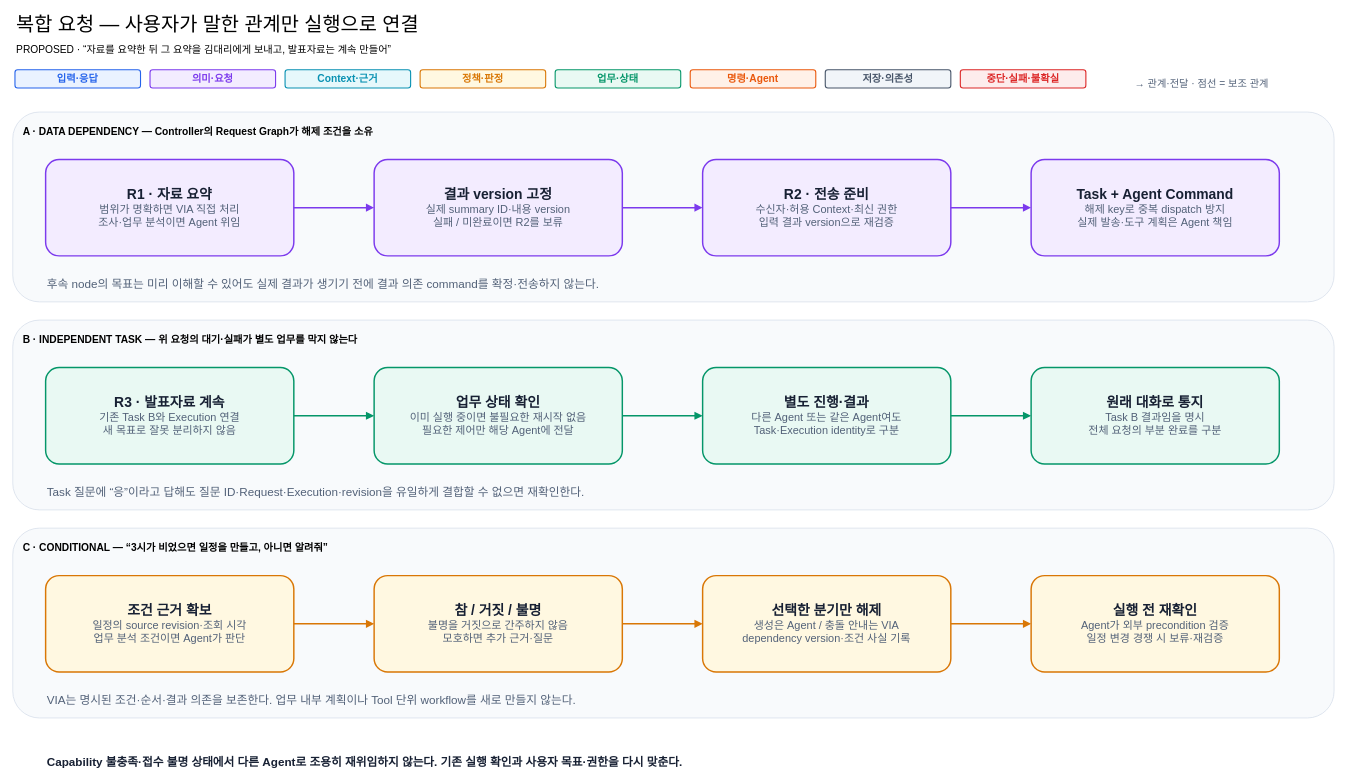
This is docs/architecture/12-decisions/target-architecture/diagrams/09-compound-and-task-routing.drawio from cbyche/via-sw-architecture, a draw.io file, before an edit. Source tidied: cells renumbered, new cells numbered last; positions are measured from the earlier drawing's top-left corner, leaving out a move shared by most shapes. Both pictures are drawn from the tidied source at 73%, with x=0, y=0 at pixel (12, 13).
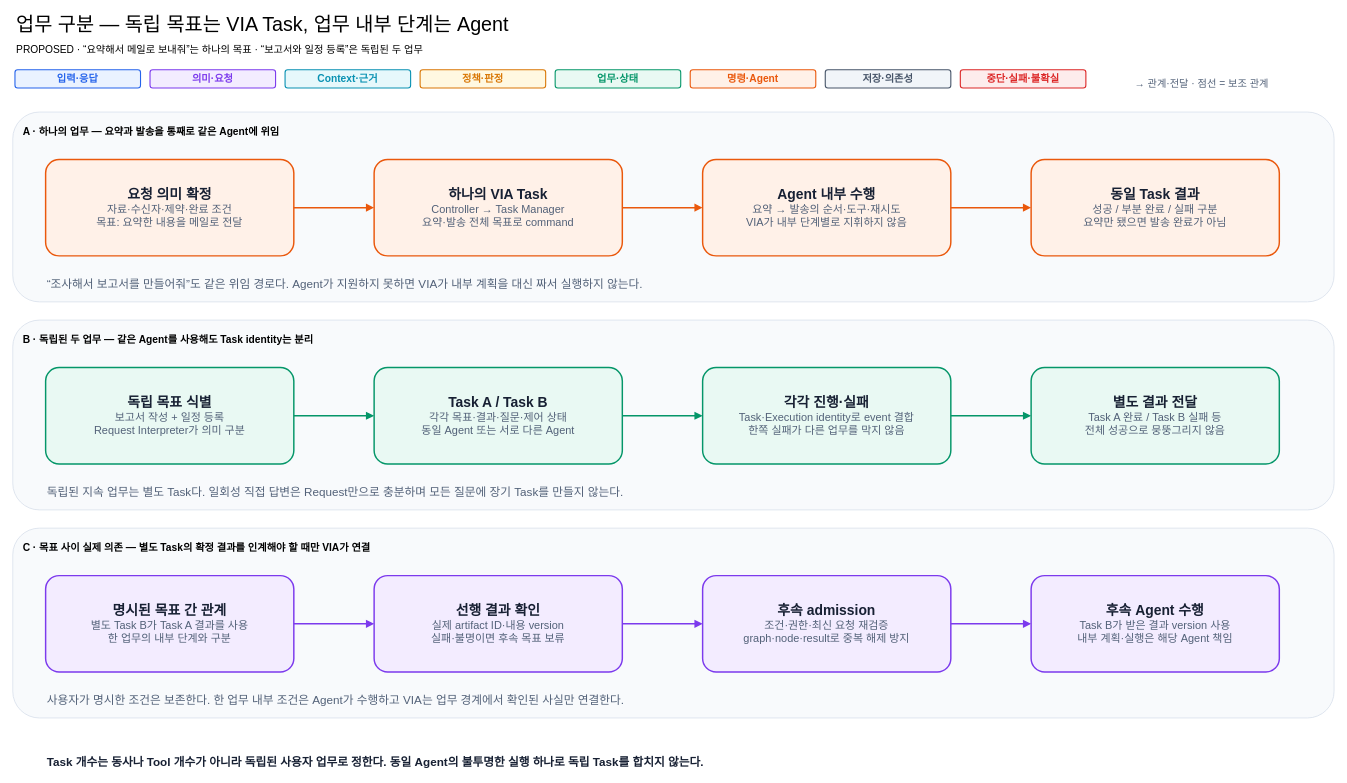
Above is the later version.

The edit, as a diff of the source:
```diff
@@
-    <mxCell id="2" value="A · DATA DEPENDENCY — Controller의 Request Graph가 해제 조건을 소유" style="rounded=1;whiteSpace=wrap;html=1;verticalAlign=top;align=left;spacingTop=12;spacingLeft=12;fontStyle=1;fontSize=14;fillColor=#F8FAFC;strokeColor=#D5DDE9;dashed=0;arcSize=14;" parent="1" vertex="1">
-      <mxGeometry y="135" width="1810" height="260" as="geometry" />
-    </mxCell>
+    <mxCell id="41" value="A · 하나의 업무 — 요약과 발송을 통째로 같은 Agent에 위임" style="rounded=1;whiteSpace=wrap;html=1;verticalAlign=top;align=left;spacingTop=12;spacingLeft=12;fontStyle=1;fontSize=14;fillColor=#F8FAFC;strokeColor=#D5DDE9;dashed=0;arcSize=14;" parent="1" vertex="1">
+      <mxGeometry y="135" width="1810" height="260" as="geometry" />
+    </mxCell>
-    <mxCell id="3" value="B · INDEPENDENT TASK — 위 요청의 대기·실패가 별도 업무를 막지 않는다" style="rounded=1;whiteSpace=wrap;html=1;verticalAlign=top;align=left;spacingTop=12;spacingLeft=12;fontStyle=1;fontSize=14;fillColor=#F8FAFC;strokeColor=#D5DDE9;dashed=0;arcSize=14;" parent="1" vertex="1">
+    <mxCell id="3" value="B · 독립된 두 업무 — 같은 Agent를 사용해도 Task identity는 분리" style="rounded=1;whiteSpace=wrap;html=1;verticalAlign=top;align=left;spacingTop=12;spacingLeft=12;fontStyle=1;fontSize=14;fillColor=#F8FAFC;strokeColor=#D5DDE9;dashed=0;arcSize=14;" parent="1" vertex="1">
       <mxGeometry y="420" width="1810" height="260" as="geometry" />
     </mxCell>
-    <mxCell id="4" value="C · CONDITIONAL — “3시가 비었으면 일정을 만들고, 아니면 알려줘”" style="rounded=1;whiteSpace=wrap;html=1;verticalAlign=top;align=left;spacingTop=12;spacingLeft=12;fontStyle=1;fontSize=14;fillColor=#F8FAFC;strokeColor=#D5DDE9;dashed=0;arcSize=14;" parent="1" vertex="1">
-      <mxGeometry y="705" width="1810" height="260" as="geometry" />
-    </mxCell>
-    <mxCell id="5" value="&lt;div style='font-size:19px;font-weight:bold'&gt;R1 · 자료 요약&lt;/div&gt;&lt;div style='font-size:15px;color:#526178'&gt;범위가 명확하면 VIA 직접 처리&lt;/div&gt;&lt;div style='font-size:15px;color:#526178'&gt;조사·업무 분석이면 Agent 위임&lt;/div&gt;" style="shape=rectangle;rounded=1;whiteSpace=wrap;html=1;fillColor=#F3ECFF;strokeColor=#7C3AED;strokeWidth=2;fontColor=#172033;dashed=0;arcSize=14;spacing=10;" parent="1" vertex="1">
-      <mxGeometry x="45" y="200" width="340" height="132" as="geometry" />
-    </mxCell>
-    <mxCell id="6" value="&lt;div style='font-size:19px;font-weight:bold'&gt;결과 version 고정&lt;/div&gt;&lt;div style='font-size:15px;color:#526178'&gt;실제 summary ID·내용 version&lt;/div&gt;&lt;div style='font-size:15px;color:#526178'&gt;실패 / 미완료이면 R2를 보류&lt;/div&gt;" style="shape=rectangle;rounded=1;whiteSpace=wrap;html=1;fillColor=#F3ECFF;strokeColor=#7C3AED;strokeWidth=2;fontColor=#172033;dashed=0;arcSize=14;spacing=10;" parent="1" vertex="1">
-      <mxGeometry x="495" y="200" width="340" height="132" as="geometry" />
-    </mxCell>
-    <mxCell id="7" value="&lt;div style='font-size:19px;font-weight:bold'&gt;R2 · 전송 준비&lt;/div&gt;&lt;div style='font-size:15px;color:#526178'&gt;수신자·허용 Context·최신 권한&lt;/div&gt;&lt;div style='font-size:15px;color:#526178'&gt;입력 결과 version으로 재검증&lt;/div&gt;" style="shape=rectangle;rounded=1;whiteSpace=wrap;html=1;fillColor=#F3ECFF;strokeColor=#7C3AED;strokeWidth=2;fontColor=#172033;dashed=0;arcSize=14;spacing=10;" parent="1" vertex="1">
-      <mxGeometry x="945" y="200" width="340" height="132" as="geometry" />
-    </mxCell>
-    <mxCell id="8" value="&lt;div style='font-size:19px;font-weight:bold'&gt;Task + Agent Command&lt;/div&gt;&lt;div style='font-size:15px;color:#526178'&gt;해제 key로 중복 dispatch 방지&lt;/div&gt;&lt;div style='font-size:15px;color:#526178'&gt;실제 발송·도구 계획은 Agent 책임&lt;/div&gt;" style="shape=rectangle;rounded=1;whiteSpace=wrap;html=1;fillColor=#F3ECFF;strokeColor=#7C3AED;strokeWidth=2;fontColor=#172033;dashed=0;arcSize=14;spacing=10;" parent="1" vertex="1">
-      <mxGeometry x="1395" y="200" width="340" height="132" as="geometry" />
-    </mxCell>
+    <mxCell id="42" value="C · 목표 사이 실제 의존 — 별도 Task의 확정 결과를 인계해야 할 때만 VIA가 연결" style="rounded=1;whiteSpace=wrap;html=1;verticalAlign=top;align=left;spacingTop=12;spacingLeft=12;fontStyle=1;fontSize=14;fillColor=#F8FAFC;strokeColor=#D5DDE9;dashed=0;arcSize=14;" parent="1" vertex="1">
+      <mxGeometry y="705" width="1810" height="260" as="geometry" />
+    </mxCell>
+    <mxCell id="43" value="&lt;div style='font-size:19px;font-weight:bold'&gt;요청 의미 확정&lt;/div&gt;&lt;div style='font-size:15px;color:#526178'&gt;자료·수신자·제약·완료 조건&lt;/div&gt;&lt;div style='font-size:15px;color:#526178'&gt;목표: 요약한 내용을 메일로 전달&lt;/div&gt;" style="shape=rectangle;rounded=1;whiteSpace=wrap;html=1;fillColor=#FFF1E8;strokeColor=#EA580C;strokeWidth=2;fontColor=#172033;dashed=0;arcSize=14;spacing=10;" parent="1" vertex="1">
+      <mxGeometry x="45" y="200" width="340" height="132" as="geometry" />
+    </mxCell>
+    <mxCell id="44" value="&lt;div style='font-size:19px;font-weight:bold'&gt;하나의 VIA Task&lt;/div&gt;&lt;div style='font-size:15px;color:#526178'&gt;Controller → Task Manager&lt;/div&gt;&lt;div style='font-size:15px;color:#526178'&gt;요약·발송 전체 목표로 command&lt;/div&gt;" style="shape=rectangle;rounded=1;whiteSpace=wrap;html=1;fillColor=#FFF1E8;strokeColor=#EA580C;strokeWidth=2;fontColor=#172033;dashed=0;arcSize=14;spacing=10;" parent="1" vertex="1">
+      <mxGeometry x="495" y="200" width="340" height="132" as="geometry" />
+    </mxCell>
+    <mxCell id="45" value="&lt;div style='font-size:19px;font-weight:bold'&gt;Agent 내부 수행&lt;/div&gt;&lt;div style='font-size:15px;color:#526178'&gt;요약 → 발송의 순서·도구·재시도&lt;/div&gt;&lt;div style='font-size:15px;color:#526178'&gt;VIA가 내부 단계별로 지휘하지 않음&lt;/div&gt;" style="shape=rectangle;rounded=1;whiteSpace=wrap;html=1;fillColor=#FFF1E8;strokeColor=#EA580C;strokeWidth=2;fontColor=#172033;dashed=0;arcSize=14;spacing=10;" parent="1" vertex="1">
+      <mxGeometry x="945" y="200" width="340" height="132" as="geometry" />
+    </mxCell>
+    <mxCell id="46" value="&lt;div style='font-size:19px;font-weight:bold'&gt;동일 Task 결과&lt;/div&gt;&lt;div style='font-size:15px;color:#526178'&gt;성공 / 부분 완료 / 실패 구분&lt;/div&gt;&lt;div style='font-size:15px;color:#526178'&gt;요약만 됐으면 발송 완료가 아님&lt;/div&gt;" style="shape=rectangle;rounded=1;whiteSpace=wrap;html=1;fillColor=#FFF1E8;strokeColor=#EA580C;strokeWidth=2;fontColor=#172033;dashed=0;arcSize=14;spacing=10;" parent="1" vertex="1">
+      <mxGeometry x="1395" y="200" width="340" height="132" as="geometry" />
+    </mxCell>
-    <mxCell id="9" value="&lt;div style='font-size:19px;font-weight:bold'&gt;R3 · 발표자료 계속&lt;/div&gt;&lt;div style='font-size:15px;color:#526178'&gt;기존 Task B와 Execution 연결&lt;/div&gt;&lt;div style='font-size:15px;color:#526178'&gt;새 목표로 잘못 분리하지 않음&lt;/div&gt;" style="shape=rectangle;rounded=1;whiteSpace=wrap;html=1;fillColor=#E9F9F3;strokeColor=#059669;strokeWidth=2;fontColor=#172033;dashed=0;arcSize=14;spacing=10;" parent="1" vertex="1">
+    <mxCell id="9" value="&lt;div style='font-size:19px;font-weight:bold'&gt;독립 목표 식별&lt;/div&gt;&lt;div style='font-size:15px;color:#526178'&gt;보고서 작성 + 일정 등록&lt;/div&gt;&lt;div style='font-size:15px;color:#526178'&gt;Request Interpreter가 의미 구분&lt;/div&gt;" style="shape=rectangle;rounded=1;whiteSpace=wrap;html=1;fillColor=#E9F9F3;strokeColor=#059669;strokeWidth=2;fontColor=#172033;dashed=0;arcSize=14;spacing=10;" parent="1" vertex="1">
       <mxGeometry x="45" y="485" width="340" height="132" as="geometry" />
     </mxCell>
-    <mxCell id="10" value="&lt;div style='font-size:19px;font-weight:bold'&gt;업무 상태 확인&lt;/div&gt;&lt;div style='font-size:15px;color:#526178'&gt;이미 실행 중이면 불필요한 재시작 없음&lt;/div&gt;&lt;div style='font-size:15px;color:#526178'&gt;필요한 제어만 해당 Agent에 전달&lt;/div&gt;" style="shape=rectangle;rounded=1;whiteSpace=wrap;html=1;fillColor=#E9F9F3;strokeColor=#059669;strokeWidth=2;fontColor=#172033;dashed=0;arcSize=14;spacing=10;" parent="1" vertex="1">
+    <mxCell id="10" value="&lt;div style='font-size:19px;font-weight:bold'&gt;Task A / Task B&lt;/div&gt;&lt;div style='font-size:15px;color:#526178'&gt;각각 목표·결과·질문·제어 상태&lt;/div&gt;&lt;div style='font-size:15px;color:#526178'&gt;동일 Agent 또는 서로 다른 Agent&lt;/div&gt;" style="shape=rectangle;rounded=1;whiteSpace=wrap;html=1;fillColor=#E9F9F3;strokeColor=#059669;strokeWidth=2;fontColor=#172033;dashed=0;arcSize=14;spacing=10;" parent="1" vertex="1">
       <mxGeometry x="495" y="485" width="340" height="132" as="geometry" />
     </mxCell>
-    <mxCell id="11" value="&lt;div style='font-size:19px;font-weight:bold'&gt;별도 진행·결과&lt;/div&gt;&lt;div style='font-size:15px;color:#526178'&gt;다른 Agent 또는 같은 Agent여도&lt;/div&gt;&lt;div style='font-size:15px;color:#526178'&gt;Task·Execution identity로 구분&lt;/div&gt;" style="shape=rectangle;rounded=1;whiteSpace=wrap;html=1;fillColor=#E9F9F3;strokeColor=#059669;strokeWidth=2;fontColor=#172033;dashed=0;arcSize=14;spacing=10;" parent="1" vertex="1">
+    <mxCell id="11" value="&lt;div style='font-size:19px;font-weight:bold'&gt;각각 진행·실패&lt;/div&gt;&lt;div style='font-size:15px;color:#526178'&gt;Task·Execution identity로 event 결합&lt;/div&gt;&lt;div style='font-size:15px;color:#526178'&gt;한쪽 실패가 다른 업무를 막지 않음&lt;/div&gt;" style="shape=rectangle;rounded=1;whiteSpace=wrap;html=1;fillColor=#E9F9F3;strokeColor=#059669;strokeWidth=2;fontColor=#172033;dashed=0;arcSize=14;spacing=10;" parent="1" vertex="1">
       <mxGeometry x="945" y="485" width="340" height="132" as="geometry" />
     </mxCell>
-    <mxCell id="12" value="&lt;div style='font-size:19px;font-weight:bold'&gt;원래 대화로 통지&lt;/div&gt;&lt;div style='font-size:15px;color:#526178'&gt;Task B 결과임을 명시&lt;/div&gt;&lt;div style='font-size:15px;color:#526178'&gt;전체 요청의 부분 완료를 구분&lt;/div&gt;" style="shape=rectangle;rounded=1;whiteSpace=wrap;html=1;fillColor=#E9F9F3;strokeColor=#059669;strokeWidth=2;fontColor=#172033;dashed=0;arcSize=14;spacing=10;" parent="1" vertex="1">
+    <mxCell id="12" value="&lt;div style='font-size:19px;font-weight:bold'&gt;별도 결과 전달&lt;/div&gt;&lt;div style='font-size:15px;color:#526178'&gt;Task A 완료 / Task B 실패 등&lt;/div&gt;&lt;div style='font-size:15px;color:#526178'&gt;전체 성공으로 뭉뚱그리지 않음&lt;/div&gt;" style="shape=rectangle;rounded=1;whiteSpace=wrap;html=1;fillColor=#E9F9F3;strokeColor=#059669;strokeWidth=2;fontColor=#172033;dashed=0;arcSize=14;spacing=10;" parent="1" vertex="1">
       <mxGeometry x="1395" y="485" width="340" height="132" as="geometry" />
     </mxCell>
-    <mxCell id="13" value="&lt;div style='font-size:19px;font-weight:bold'&gt;조건 근거 확보&lt;/div&gt;&lt;div style='font-size:15px;color:#526178'&gt;일정의 source revision·조회 시각&lt;/div&gt;&lt;div style='font-size:15px;color:#526178'&gt;업무 분석 조건이면 Agent가 판단&lt;/div&gt;" style="shape=rectangle;rounded=1;whiteSpace=wrap;html=1;fillColor=#FFF8E1;strokeColor=#D97706;strokeWidth=2;fontColor=#172033;dashed=0;arcSize=14;spacing=10;" parent="1" vertex="1">
-      <mxGeometry x="45" y="770" width="340" height="132" as="geometry" />
-    </mxCell>
-    <mxCell id="14" value="&lt;div style='font-size:19px;font-weight:bold'&gt;참 / 거짓 / 불명&lt;/div&gt;&lt;div style='font-size:15px;color:#526178'&gt;불명을 거짓으로 간주하지 않음&lt;/div&gt;&lt;div style='font-size:15px;color:#526178'&gt;모호하면 추가 근거·질문&lt;/div&gt;" style="shape=rectangle;rounded=1;whiteSpace=wrap;html=1;fillColor=#FFF8E1;strokeColor=#D97706;strokeWidth=2;fontColor=#172033;dashed=0;arcSize=14;spacing=10;" parent="1" vertex="1">
-      <mxGeometry x="495" y="770" width="340" height="132" as="geometry" />
-    </mxCell>
-    <mxCell id="15" value="&lt;div style='font-size:19px;font-weight:bold'&gt;선택한 분기만 해제&lt;/div&gt;&lt;div style='font-size:15px;color:#526178'&gt;생성은 Agent / 충돌 안내는 VIA&lt;/div&gt;&lt;div style='font-size:15px;color:#526178'&gt;dependency version·조건 사실 기록&lt;/div&gt;" style="shape=rectangle;rounded=1;whiteSpace=wrap;html=1;fillColor=#FFF8E1;strokeColor=#D97706;strokeWidth=2;fontColor=#172033;dashed=0;arcSize=14;spacing=10;" parent="1" vertex="1">
-      <mxGeometry x="945" y="770" width="340" height="132" as="geometry" />
-    </mxCell>
-    <mxCell id="16" value="&lt;div style='font-size:19px;font-weight:bold'&gt;실행 전 재확인&lt;/div&gt;&lt;div style='font-size:15px;color:#526178'&gt;Agent가 외부 precondition 검증&lt;/div&gt;&lt;div style='font-size:15px;color:#526178'&gt;일정 변경 경쟁 시 보류·재검증&lt;/div&gt;" style="shape=rectangle;rounded=1;whiteSpace=wrap;html=1;fillColor=#FFF8E1;strokeColor=#D97706;strokeWidth=2;fontColor=#172033;dashed=0;arcSize=14;spacing=10;" parent="1" vertex="1">
-      <mxGeometry x="1395" y="770" width="340" height="132" as="geometry" />
-    </mxCell>
-    <mxCell id="17" style="edgeStyle=none;rounded=1;jettySize=auto;html=1;strokeColor=#7C3AED;strokeWidth=2;dashed=0;startArrow=none;startFill=1;endArrow=block;endFill=1;exitX=1.000;exitY=0.500;entryX=0.000;entryY=0.500;exitPerimeter=0;entryPerimeter=0;fontSize=11;labelBackgroundColor=#FFFFFF;" parent="1" edge="1" source="5" target="6">
-      <mxGeometry relative="1" as="geometry" />
-    </mxCell>
-    <mxCell id="18" style="edgeStyle=none;rounded=1;jettySize=auto;html=1;strokeColor=#7C3AED;strokeWidth=2;dashed=0;startArrow=none;startFill=1;endArrow=block;endFill=1;exitX=1.000;exitY=0.500;entryX=0.000;entryY=0.500;exitPerimeter=0;entryPerimeter=0;fontSize=11;labelBackgroundColor=#FFFFFF;" parent="1" edge="1" source="6" target="7">
-      <mxGeometry relative="1" as="geometry" />
-    </mxCell>
-    <mxCell id="19" style="edgeStyle=none;rounded=1;jettySize=auto;html=1;strokeColor=#7C3AED;strokeWidth=2;dashed=0;startArrow=none;startFill=1;endArrow=block;endFill=1;exitX=1.000;exitY=0.500;entryX=0.000;entryY=0.500;exitPerimeter=0;entryPerimeter=0;fontSize=11;labelBackgroundColor=#FFFFFF;" parent="1" edge="1" source="7" target="8">
-      <mxGeometry relative="1" as="geometry" />
-    </mxCell>
+    <mxCell id="47" value="&lt;div style='font-size:19px;font-weight:bold'&gt;명시된 목표 간 관계&lt;/div&gt;&lt;div style='font-size:15px;color:#526178'&gt;별도 Task B가 Task A 결과를 사용&lt;/div&gt;&lt;div style='font-size:15px;color:#526178'&gt;한 업무의 내부 단계와 구분&lt;/div&gt;" style="shape=rectangle;rounded=1;whiteSpace=wrap;html=1;fillColor=#F3ECFF;strokeColor=#7C3AED;strokeWidth=2;fontColor=#172033;dashed=0;arcSize=14;spacing=10;" parent="1" vertex="1">
+      <mxGeometry x="45" y="770" width="340" height="132" as="geometry" />
+    </mxCell>
+    <mxCell id="48" value="&lt;div style='font-size:19px;font-weight:bold'&gt;선행 결과 확인&lt;/div&gt;&lt;div style='font-size:15px;color:#526178'&gt;실제 artifact ID·내용 version&lt;/div&gt;&lt;div style='font-size:15px;color:#526178'&gt;실패·불명이면 후속 목표 보류&lt;/div&gt;" style="shape=rectangle;rounded=1;whiteSpace=wrap;html=1;fillColor=#F3ECFF;strokeColor=#7C3AED;strokeWidth=2;fontColor=#172033;dashed=0;arcSize=14;spacing=10;" parent="1" vertex="1">
+      <mxGeometry x="495" y="770" width="340" height="132" as="geometry" />
+    </mxCell>
+    <mxCell id="49" value="&lt;div style='font-size:19px;font-weight:bold'&gt;후속 admission&lt;/div&gt;&lt;div style='font-size:15px;color:#526178'&gt;조건·권한·최신 요청 재검증&lt;/div&gt;&lt;div style='font-size:15px;color:#526178'&gt;graph·node·result로 중복 해제 방지&lt;/div&gt;" style="shape=rectangle;rounded=1;whiteSpace=wrap;html=1;fillColor=#F3ECFF;strokeColor=#7C3AED;strokeWidth=2;fontColor=#172033;dashed=0;arcSize=14;spacing=10;" parent="1" vertex="1">
+      <mxGeometry x="945" y="770" width="340" height="132" as="geometry" />
+    </mxCell>
+    <mxCell id="50" value="&lt;div style='font-size:19px;font-weight:bold'&gt;후속 Agent 수행&lt;/div&gt;&lt;div style='font-size:15px;color:#526178'&gt;Task B가 받은 결과 version 사용&lt;/div&gt;&lt;div style='font-size:15px;color:#526178'&gt;내부 계획·실행은 해당 Agent 책임&lt;/div&gt;" style="shape=rectangle;rounded=1;whiteSpace=wrap;html=1;fillColor=#F3ECFF;strokeColor=#7C3AED;strokeWidth=2;fontColor=#172033;dashed=0;arcSize=14;spacing=10;" parent="1" vertex="1">
+      <mxGeometry x="1395" y="770" width="340" height="132" as="geometry" />
+    </mxCell>
+    <mxCell id="51" style="edgeStyle=none;rounded=1;jettySize=auto;html=1;strokeColor=#EA580C;strokeWidth=2;dashed=0;startArrow=none;startFill=1;endArrow=block;endFill=1;exitX=1.000;exitY=0.500;entryX=0.000;entryY=0.500;exitPerimeter=0;entryPerimeter=0;fontSize=11;labelBackgroundColor=#FFFFFF;" parent="1" edge="1" source="43" target="44">
+      <mxGeometry relative="1" as="geometry" />
+    </mxCell>
+    <mxCell id="52" style="edgeStyle=none;rounded=1;jettySize=auto;html=1;strokeColor=#EA580C;strokeWidth=2;dashed=0;startArrow=none;startFill=1;endArrow=block;endFill=1;exitX=1.000;exitY=0.500;entryX=0.000;entryY=0.500;exitPerimeter=0;entryPerimeter=0;fontSize=11;labelBackgroundColor=#FFFFFF;" parent="1" edge="1" source="44" target="45">
+      <mxGeometry relative="1" as="geometry" />
+    </mxCell>
+    <mxCell id="53" style="edgeStyle=none;rounded=1;jettySize=auto;html=1;strokeColor=#EA580C;strokeWidth=2;dashed=0;startArrow=none;startFill=1;endArrow=block;endFill=1;exitX=1.000;exitY=0.500;entryX=0.000;entryY=0.500;exitPerimeter=0;entryPerimeter=0;fontSize=11;labelBackgroundColor=#FFFFFF;" parent="1" edge="1" source="45" target="46">
+      <mxGeometry relative="1" as="geometry" />
+    </mxCell>
@@
-    <mxCell id="23" style="edgeStyle=none;rounded=1;jettySize=auto;html=1;strokeColor=#D97706;strokeWidth=2;dashed=0;startArrow=none;startFill=1;endArrow=block;endFill=1;exitX=1.000;exitY=0.500;entryX=0.000;entryY=0.500;exitPerimeter=0;entryPerimeter=0;fontSize=11;labelBackgroundColor=#FFFFFF;" parent="1" edge="1" source="13" target="14">
-      <mxGeometry relative="1" as="geometry" />
-    </mxCell>
-    <mxCell id="24" style="edgeStyle=none;rounded=1;jettySize=auto;html=1;strokeColor=#D97706;strokeWidth=2;dashed=0;startArrow=none;startFill=1;endArrow=block;endFill=1;exitX=1.000;exitY=0.500;entryX=0.000;entryY=0.500;exitPerimeter=0;entryPerimeter=0;fontSize=11;labelBackgroundColor=#FFFFFF;" parent="1" edge="1" source="14" target="15">
-      <mxGeometry relative="1" as="geometry" />
-    </mxCell>
-    <mxCell id="25" style="edgeStyle=none;rounded=1;jettySize=auto;html=1;strokeColor=#D97706;strokeWidth=2;dashed=0;startArrow=none;startFill=1;endArrow=block;endFill=1;exitX=1.000;exitY=0.500;entryX=0.000;entryY=0.500;exitPerimeter=0;entryPerimeter=0;fontSize=11;labelBackgroundColor=#FFFFFF;" parent="1" edge="1" source="15" target="16">
-      <mxGeometry relative="1" as="geometry" />
-    </mxCell>
+    <mxCell id="54" style="edgeStyle=none;rounded=1;jettySize=auto;html=1;strokeColor=#7C3AED;strokeWidth=2;dashed=0;startArrow=none;startFill=1;endArrow=block;endFill=1;exitX=1.000;exitY=0.500;entryX=0.000;entryY=0.500;exitPerimeter=0;entryPerimeter=0;fontSize=11;labelBackgroundColor=#FFFFFF;" parent="1" edge="1" source="47" target="48">
+      <mxGeometry relative="1" as="geometry" />
+    </mxCell>
+    <mxCell id="55" style="edgeStyle=none;rounded=1;jettySize=auto;html=1;strokeColor=#7C3AED;strokeWidth=2;dashed=0;startArrow=none;startFill=1;endArrow=block;endFill=1;exitX=1.000;exitY=0.500;entryX=0.000;entryY=0.500;exitPerimeter=0;entryPerimeter=0;fontSize=11;labelBackgroundColor=#FFFFFF;" parent="1" edge="1" source="48" target="49">
+      <mxGeometry relative="1" as="geometry" />
+    </mxCell>
+    <mxCell id="56" style="edgeStyle=none;rounded=1;jettySize=auto;html=1;strokeColor=#7C3AED;strokeWidth=2;dashed=0;startArrow=none;startFill=1;endArrow=block;endFill=1;exitX=1.000;exitY=0.500;entryX=0.000;entryY=0.500;exitPerimeter=0;entryPerimeter=0;fontSize=11;labelBackgroundColor=#FFFFFF;" parent="1" edge="1" source="49" target="50">
+      <mxGeometry relative="1" as="geometry" />
+    </mxCell>
@@
-    <mxCell id="27" value="후속 node의 목표는 미리 이해할 수 있어도 실제 결과가 생기기 전에 결과 의존 command를 확정·전송하지 않는다." style="text;html=1;strokeColor=none;fillColor=none;align=left;fontSize=16;fontColor=#526178;fontStyle=0;" parent="1" vertex="1">
-      <mxGeometry x="45" y="354" width="910" height="28" as="geometry" />
+    <mxCell id="27" value="“조사해서 보고서를 만들어줘”도 같은 위임 경로다. Agent가 지원하지 못하면 VIA가 내부 계획을 대신 짜서 실행하지 않는다." style="text;html=1;strokeColor=none;fillColor=none;align=left;fontSize=16;fontColor=#526178;fontStyle=0;" parent="1" vertex="1">
+      <mxGeometry x="45" y="354" width="1008" height="28" as="geometry" />
     </mxCell>
-    <mxCell id="28" value="Task 질문에 “응”이라고 답해도 질문 ID·Request·Execution·revision을 유일하게 결합할 수 없으면 재확인한다." style="text;html=1;strokeColor=none;fillColor=none;align=left;fontSize=16;fontColor=#526178;fontStyle=0;" parent="1" vertex="1">
-      <mxGeometry x="45" y="639" width="940" height="28" as="geometry" />
+    <mxCell id="28" value="독립된 지속 업무는 별도 Task다. 일회성 직접 답변은 Request만으로 충분하며 모든 질문에 장기 Task를 만들지 않는다." style="text;html=1;strokeColor=none;fillColor=none;align=left;fontSize=16;fontColor=#526178;fontStyle=0;" parent="1" vertex="1">
+      <mxGeometry x="45" y="639" width="965" height="28" as="geometry" />
     </mxCell>
-    <mxCell id="29" value="VIA는 명시된 조건·순서·결과 의존을 보존한다. 업무 내부 계획이나 Tool 단위 workflow를 새로 만들지 않는다." style="text;html=1;strokeColor=none;fillColor=none;align=left;fontSize=16;fontColor=#526178;fontStyle=0;" parent="1" vertex="1">
-      <mxGeometry x="45" y="924" width="901" height="28" as="geometry" />
+    <mxCell id="29" value="사용자가 명시한 조건은 보존한다. 한 업무 내부 조건은 Agent가 수행하고 VIA는 업무 경계에서 확인된 사실만 연결한다." style="text;html=1;strokeColor=none;fillColor=none;align=left;fontSize=16;fontColor=#526178;fontStyle=0;" parent="1" vertex="1">
+      <mxGeometry x="45" y="924" width="960" height="28" as="geometry" />
     </mxCell>
-    <mxCell id="30" value="Capability 불충족·접수 불명 상태에서 다른 Agent로 조용히 재위임하지 않는다. 기존 실행 확인과 사용자 목표·권한을 다시 맞춘다." style="text;html=1;strokeColor=none;fillColor=none;align=left;fontSize=16;fontColor=#172033;fontStyle=1;" parent="1" vertex="1">
-      <mxGeometry x="45" y="1009" width="1065" height="28" as="geometry" />
+    <mxCell id="30" value="Task 개수는 동사나 Tool 개수가 아니라 독립된 사용자 업무로 정한다. 동일 Agent의 불투명한 실행 하나로 독립 Task를 합치지 않는다." style="text;html=1;strokeColor=none;fillColor=none;align=left;fontSize=16;fontColor=#172033;fontStyle=1;" parent="1" vertex="1">
+      <mxGeometry x="45" y="1009" width="1095" height="28" as="geometry" />
     </mxCell>
@@
-    <mxCell id="39" value="복합 요청 — 사용자가 말한 관계만 실행으로 연결" style="text;html=1;align=left;verticalAlign=middle;strokeColor=none;fillColor=none;fontSize=27;" parent="1" vertex="1">
+    <mxCell id="39" value="업무 구분 — 독립 목표는 VIA Task, 업무 내부 단계는 Agent" style="text;html=1;align=left;verticalAlign=middle;strokeColor=none;fillColor=none;fontSize=27;" parent="1" vertex="1">
       <mxGeometry x="3" width="1804" height="30" as="geometry" />
     </mxCell>
-    <mxCell id="40" value="PROPOSED · “자료를 요약한 뒤 그 요약을 김대리에게 보내고, 발표자료는 계속 만들어”" style="text;html=1;align=left;verticalAlign=middle;strokeColor=none;fillColor=none;fontSize=14;" parent="1" vertex="1">
+    <mxCell id="40" value="PROPOSED · “요약해서 메일로 보내줘”는 하나의 목표 · “보고서와 일정 등록”은 독립된 두 업무" style="text;html=1;align=left;verticalAlign=middle;strokeColor=none;fillColor=none;fontSize=14;" parent="1" vertex="1">
       <mxGeometry x="3" y="34" width="1804" height="30" as="geometry" />
     </mxCell>
```
